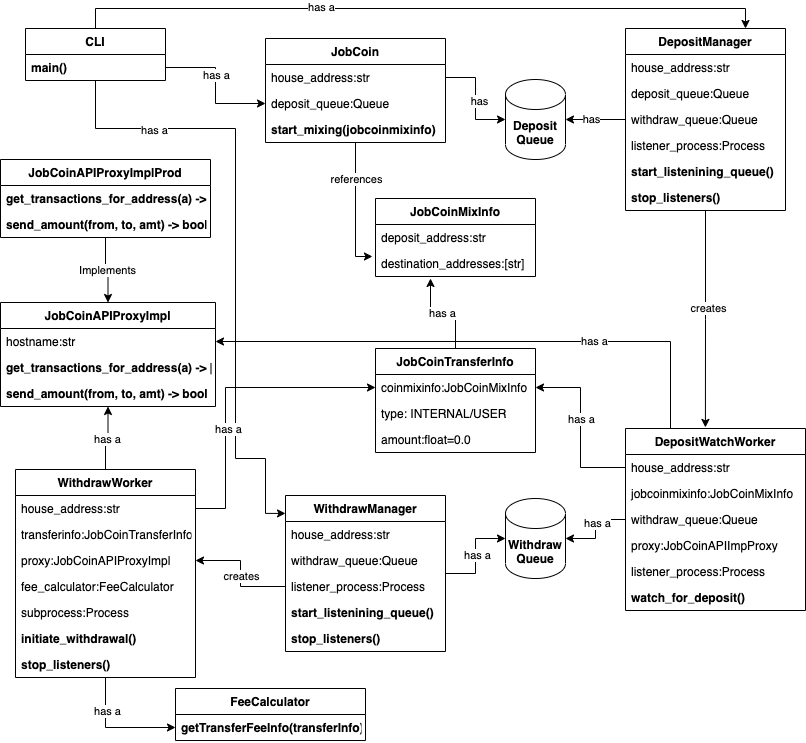
Earlier version of the draw.io export jobcoin_diagram.png (judopro/jobcoin-myesildal). Source tidied: cells renumbered, new cells last; positions are measured from the earlier drawing's top-left corner, leaving out a move shared by most shapes.
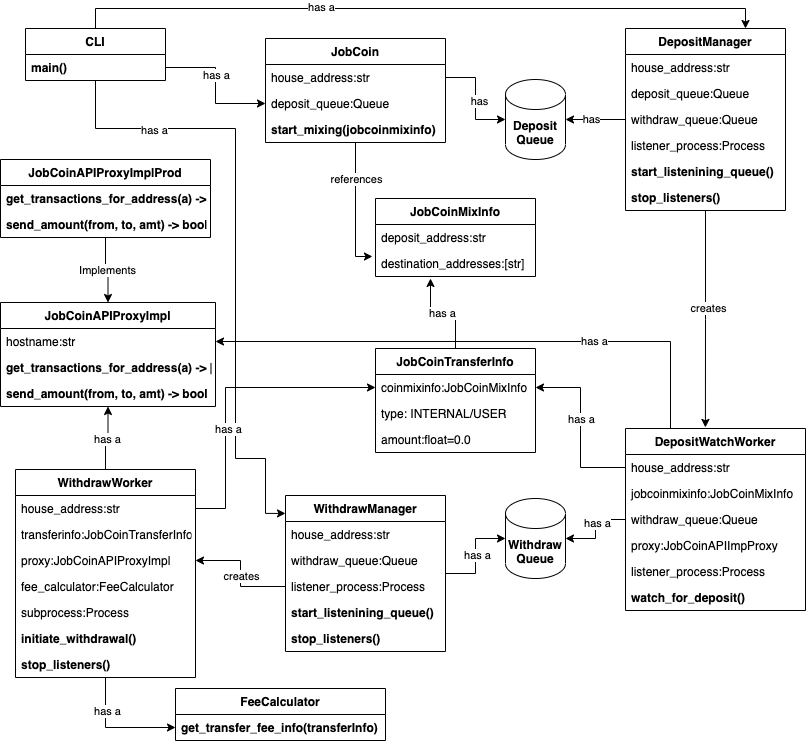
The same diagram one commit later.

The edit, as a diff of the source:
```diff
@@ -268,10 +268,10 @@
       <mxGeometry x="-0.27" y="-2" relative="1" as="geometry" />
     </mxCell>
     <mxCell id="84" value="FeeCalculator" style="swimlane;fontStyle=1;horizontal=1;startSize=26;fillColor=none;" parent="1" vertex="1">
-      <mxGeometry x="175" y="680" width="190" height="52" as="geometry" />
+      <mxGeometry x="175" y="680" width="210" height="52" as="geometry" />
     </mxCell>
-    <mxCell id="85" value="getTransferFeeInfo(transferInfo)" style="text;strokeColor=none;fillColor=none;align=left;verticalAlign=top;spacingLeft=4;spacingRight=4;overflow=hidden;points=[[0,0.5],[1,0.5]];portConstraint=eastwest;fontStyle=1;" parent="84" vertex="1">
-      <mxGeometry y="26" width="190" height="26" as="geometry" />
+    <mxCell id="85" value="get_transfer_fee_info(transferInfo)" style="text;strokeColor=none;fillColor=none;align=left;verticalAlign=top;spacingLeft=4;spacingRight=4;overflow=hidden;points=[[0,0.5],[1,0.5]];portConstraint=eastwest;fontStyle=1;" parent="84" vertex="1">
+      <mxGeometry y="26" width="210" height="26" as="geometry" />
     </mxCell>
   </root>
 </mxGraphModel>
```
